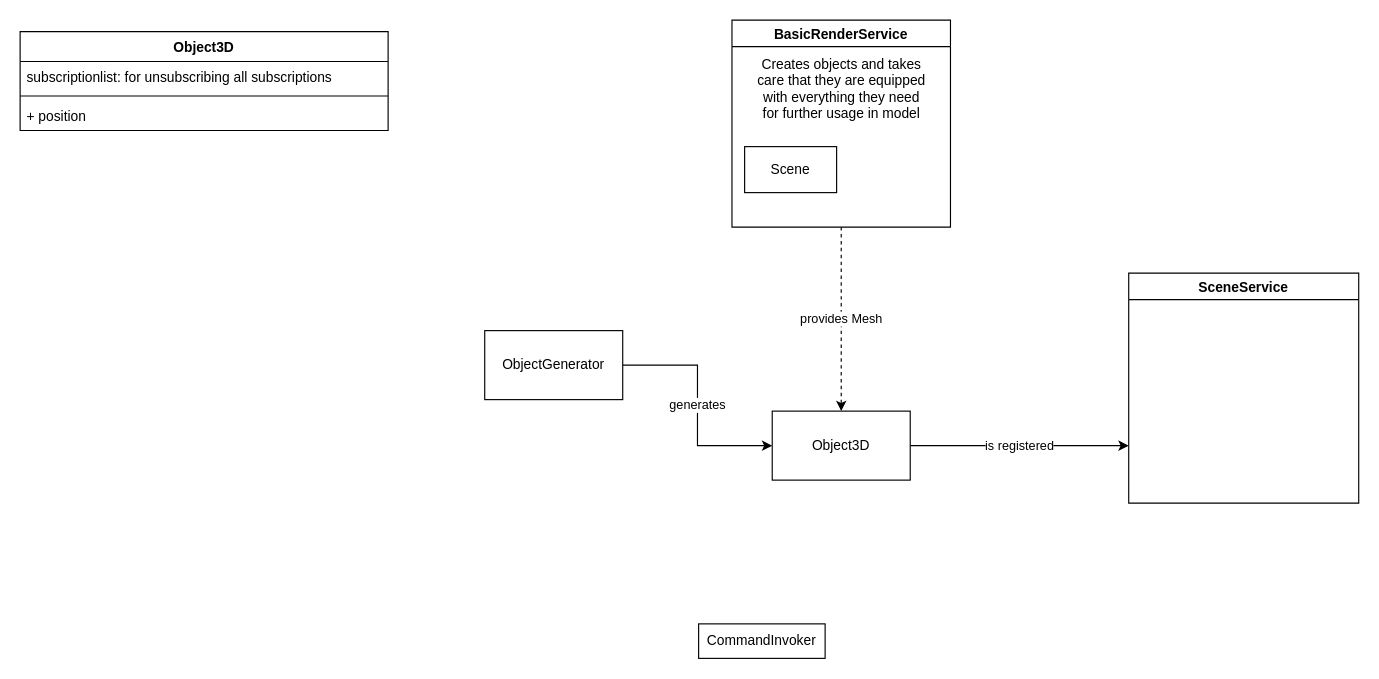
The draw.io diagram doc/architecture.drawio in MartinPyka/popupapp, before the edit. Source tidied: cells renumbered, new cells numbered last; positions are measured from the earlier drawing's top-left corner, leaving out a move shared by most shapes. Both pictures are drawn from the tidied source at 115%, with x=0, y=0 at pixel (20, 20).
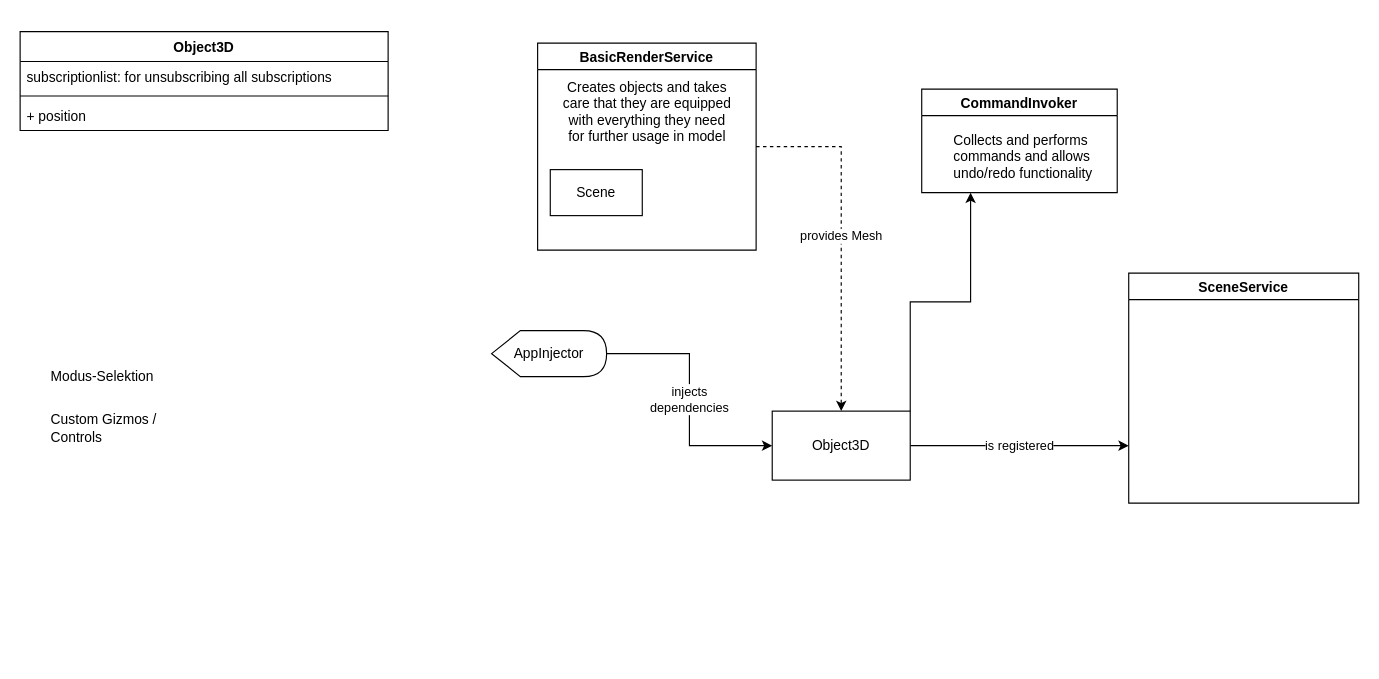
The same page after the edit.

Commit message (it also covers changes not shown here):
fixed problems in undo/redo functionality

Change to the diagram source:
```diff
@@
 <mxGraphModel>
   <root>
     <mxCell id="0" />
     <mxCell id="1" parent="0" />
-    <mxCell id="2" value="generates" style="edgeStyle=orthogonalEdgeStyle;rounded=0;jettySize=auto;html=1;entryX=0;entryY=0.5;entryDx=0;entryDy=0;" parent="1" edge="1" source="3" target="9">
+    <mxCell id="2" value="injects&lt;br&gt;dependencies" style="edgeStyle=orthogonalEdgeStyle;rounded=0;jettySize=auto;html=1;entryX=0;entryY=0.5;entryDx=0;entryDy=0;exitX=1;exitY=0.5;exitDx=0;exitDy=0;exitPerimeter=0;" parent="1" edge="1" source="17" target="9">
       <mxGeometry relative="1" as="geometry" />
     </mxCell>
-    <mxCell id="3" value="ObjectGenerator" style="rounded=0;whiteSpace=wrap;html=1;" parent="1" vertex="1">
-      <mxGeometry x="404" y="270" width="120" height="60" as="geometry" />
-    </mxCell>
     <mxCell id="4" value="provides Mesh" style="edgeStyle=orthogonalEdgeStyle;rounded=0;jettySize=auto;html=1;dashed=1;" parent="1" edge="1" source="5" target="9">
       <mxGeometry relative="1" as="geometry" />
     </mxCell>
     <mxCell id="5" value="BasicRenderService" style="swimlane;" parent="1" vertex="1">
-      <mxGeometry x="619" width="190" height="180" as="geometry" />
+      <mxGeometry x="450" y="20" width="190" height="180" as="geometry" />
     </mxCell>
     <mxCell id="6" value="Scene" style="rounded=0;whiteSpace=wrap;html=1;" parent="5" vertex="1">
       <mxGeometry x="11" y="110" width="80" height="40" as="geometry" />
     </mxCell>
     <mxCell id="7" value="Creates objects and takes&lt;br&gt;care that they are equipped&lt;br&gt;with everything they need&lt;br&gt;for further usage in model" style="text;html=1;align=center;verticalAlign=middle;strokeColor=none;fillColor=none;" parent="5" vertex="1">
       <mxGeometry x="15" y="30" width="160" height="60" as="geometry" />
     </mxCell>
     <mxCell id="8" value="is registered" style="edgeStyle=orthogonalEdgeStyle;rounded=0;jettySize=auto;html=1;entryX=0;entryY=0.75;entryDx=0;entryDy=0;" parent="1" edge="1" source="9" target="10">
       <mxGeometry relative="1" as="geometry" />
     </mxCell>
+    <mxCell id="16" style="edgeStyle=orthogonalEdgeStyle;rounded=0;jettySize=auto;html=1;exitX=1;exitY=0;exitDx=0;exitDy=0;entryX=0.25;entryY=1;entryDx=0;entryDy=0;" parent="1" edge="1" source="9" target="15">
+      <mxGeometry relative="1" as="geometry" />
+    </mxCell>
     <mxCell id="9" value="Object3D" style="rounded=0;whiteSpace=wrap;html=1;" parent="1" vertex="1">
       <mxGeometry x="654" y="340" width="120" height="60" as="geometry" />
     </mxCell>
     <mxCell id="10" value="SceneService" style="swimlane;" parent="1" vertex="1">
       <mxGeometry x="964" y="220" width="200" height="200" as="geometry" />
     </mxCell>
     <mxCell id="11" value="Object3D" style="swimlane;fontStyle=1;align=center;verticalAlign=top;horizontal=1;startSize=26;" parent="1" vertex="1">
       <mxGeometry y="10" width="320" height="86" as="geometry" />
     </mxCell>
     <mxCell id="12" value="subscriptionlist: for unsubscribing all subscriptions" style="text;strokeColor=none;fillColor=none;align=left;verticalAlign=top;spacingLeft=4;spacingRight=4;overflow=hidden;" parent="11" vertex="1">
       <mxGeometry y="26" width="320" height="26" as="geometry" />
     </mxCell>
     <mxCell id="13" style="line;strokeWidth=1;fillColor=none;align=left;verticalAlign=middle;spacingTop=-1;spacingLeft=3;spacingRight=3;labelPosition=right;" parent="11" vertex="1">
       <mxGeometry y="52" width="320" height="8" as="geometry" />
     </mxCell>
     <mxCell id="14" value="+ position" style="text;strokeColor=none;fillColor=none;align=left;verticalAlign=top;spacingLeft=4;spacingRight=4;overflow=hidden;" parent="11" vertex="1">
       <mxGeometry y="60" width="320" height="26" as="geometry" />
     </mxCell>
+    <mxCell id="17" value="AppInjector" style="shape=display;whiteSpace=wrap;html=1;" parent="1" vertex="1">
+      <mxGeometry x="410" y="270" width="100" height="40" as="geometry" />
+    </mxCell>
-    <mxCell id="15" value="CommandInvoker" style="rounded=0;whiteSpace=wrap;html=1;" parent="1" vertex="1">
-      <mxGeometry x="590" y="525" width="110" height="30" as="geometry" />
+    <mxCell id="15" value="CommandInvoker" style="swimlane;" parent="1" vertex="1">
+      <mxGeometry x="784" y="60" width="170" height="90" as="geometry" />
     </mxCell>
+    <mxCell id="18" value="Collects and performs commands and allows undo/redo functionality" style="text;html=1;strokeColor=none;fillColor=none;align=left;verticalAlign=top;whiteSpace=wrap;rounded=0;" parent="15" vertex="1">
+      <mxGeometry x="26" y="31" width="130" height="50" as="geometry" />
+    </mxCell>
+    <mxCell id="19" value="Modus-Selektion" style="text;html=1;align=left;verticalAlign=middle;strokeColor=none;fillColor=none;" parent="1" vertex="1">
+      <mxGeometry x="25" y="300" width="110" height="20" as="geometry" />
+    </mxCell>
+    <mxCell id="20" value="Custom Gizmos / Controls" style="text;html=1;strokeColor=none;fillColor=none;align=left;verticalAlign=middle;whiteSpace=wrap;rounded=0;" parent="1" vertex="1">
+      <mxGeometry x="25" y="340" width="130" height="30" as="geometry" />
+    </mxCell>
   </root>
 </mxGraphModel>
```
